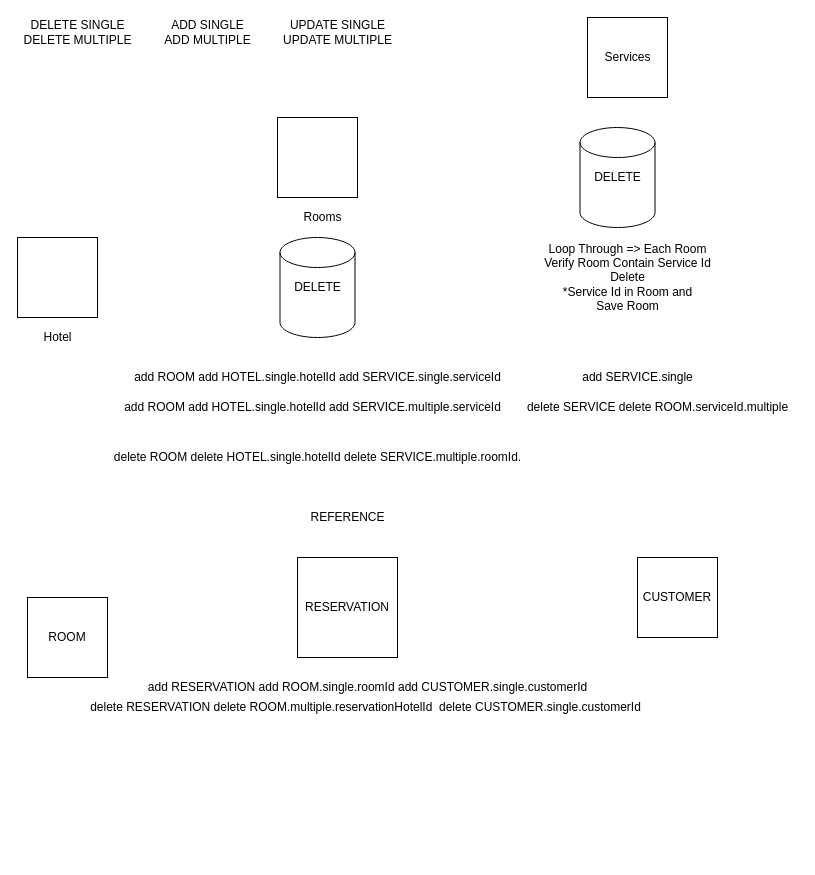
Earlier version of the draw.io diagram Untitled Diagram.drawio (appsdevers/portfolio). Source tidied: cells renumbered, new cells numbered last; positions are measured from the earlier drawing's top-left corner, leaving out a move shared by most shapes. Both pictures are drawn from the tidied source at 100%, with x=0, y=0 at pixel (17, 17).
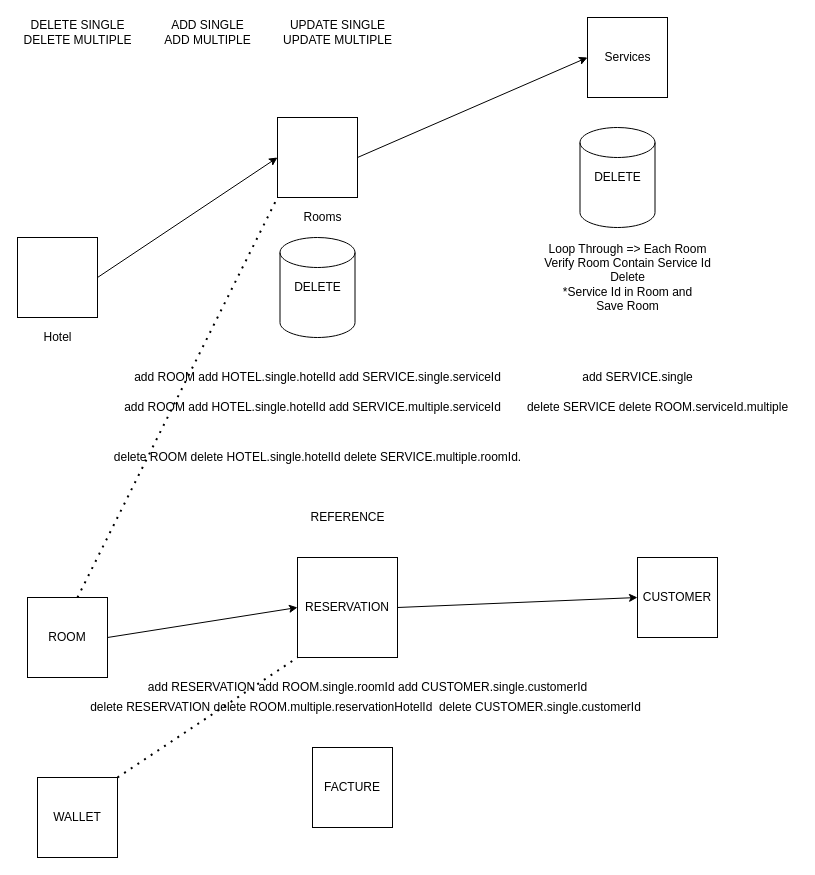
After the change.

Unchanged cells that the change refers to:
```xml
<mxCell id="2" style="whiteSpace=wrap;html=1;" parent="1" vertex="1">
  <mxGeometry x="570" width="80" height="80" as="geometry" />
</mxCell>
<mxCell id="4" style="whiteSpace=wrap;html=1;" parent="1" vertex="1">
  <mxGeometry x="260" y="100" width="80" height="80" as="geometry" />
</mxCell>
<mxCell id="21" value="RESERVATION&lt;br&gt;" style="whiteSpace=wrap;html=1;" parent="1" vertex="1">
  <mxGeometry x="280" y="540" width="100" height="100" as="geometry" />
</mxCell>
<mxCell id="22" value="ROOM" style="whiteSpace=wrap;html=1;" parent="1" vertex="1">
  <mxGeometry x="10" y="580" width="80" height="80" as="geometry" />
</mxCell>
<mxCell id="23" value="CUSTOMER" style="whiteSpace=wrap;html=1;" parent="1" vertex="1">
  <mxGeometry x="620" y="540" width="80" height="80" as="geometry" />
</mxCell>
```

The edit, as a diff of the source:
```diff
@@
+    <mxCell id="27" value="FACTURE&lt;br&gt;" style="whiteSpace=wrap;html=1;" parent="1" vertex="1">
+      <mxGeometry x="295" y="730" width="80" height="80" as="geometry" />
+    </mxCell>
+    <mxCell id="28" value="WALLET&lt;br&gt;" style="whiteSpace=wrap;html=1;" parent="1" vertex="1">
+      <mxGeometry x="20" y="760" width="80" height="80" as="geometry" />
+    </mxCell>
+    <mxCell id="29" style="endArrow=classic;html=1;rounded=0;entryX=0;entryY=0.5;entryDx=0;entryDy=0;" parent="1" edge="1" target="4">
+      <mxGeometry relative="1" as="geometry">
+        <mxPoint x="80" y="260" as="sourcePoint" />
+      </mxGeometry>
+    </mxCell>
+    <mxCell id="30" style="endArrow=classic;html=1;rounded=0;exitX=1;exitY=0.5;exitDx=0;exitDy=0;entryX=0;entryY=0.5;entryDx=0;entryDy=0;" parent="1" edge="1" source="22" target="21">
+      <mxGeometry relative="1" as="geometry" />
+    </mxCell>
+    <mxCell id="31" style="endArrow=classic;html=1;rounded=0;exitX=1;exitY=0.5;exitDx=0;exitDy=0;entryX=0;entryY=0.5;entryDx=0;entryDy=0;" parent="1" edge="1" source="4" target="2">
+      <mxGeometry relative="1" as="geometry" />
+    </mxCell>
+    <mxCell id="32" style="endArrow=classic;html=1;rounded=0;exitX=1;exitY=0.5;exitDx=0;exitDy=0;entryX=0;entryY=0.5;entryDx=0;entryDy=0;" parent="1" edge="1" source="21" target="23">
+      <mxGeometry relative="1" as="geometry" />
+    </mxCell>
+    <mxCell id="33" style="endArrow=none;dashed=1;html=1;dashPattern=1 3;strokeWidth=2;rounded=0;entryX=0;entryY=1;entryDx=0;entryDy=0;" parent="1" edge="1" target="4">
+      <mxGeometry relative="1" as="geometry">
+        <mxPoint x="60" y="580" as="sourcePoint" />
+      </mxGeometry>
+    </mxCell>
+    <mxCell id="34" style="endArrow=none;dashed=1;html=1;dashPattern=1 3;strokeWidth=2;rounded=0;entryX=0;entryY=1;entryDx=0;entryDy=0;" parent="1" edge="1" target="21">
+      <mxGeometry relative="1" as="geometry">
+        <mxPoint x="100" y="760" as="sourcePoint" />
+      </mxGeometry>
+    </mxCell>
```
